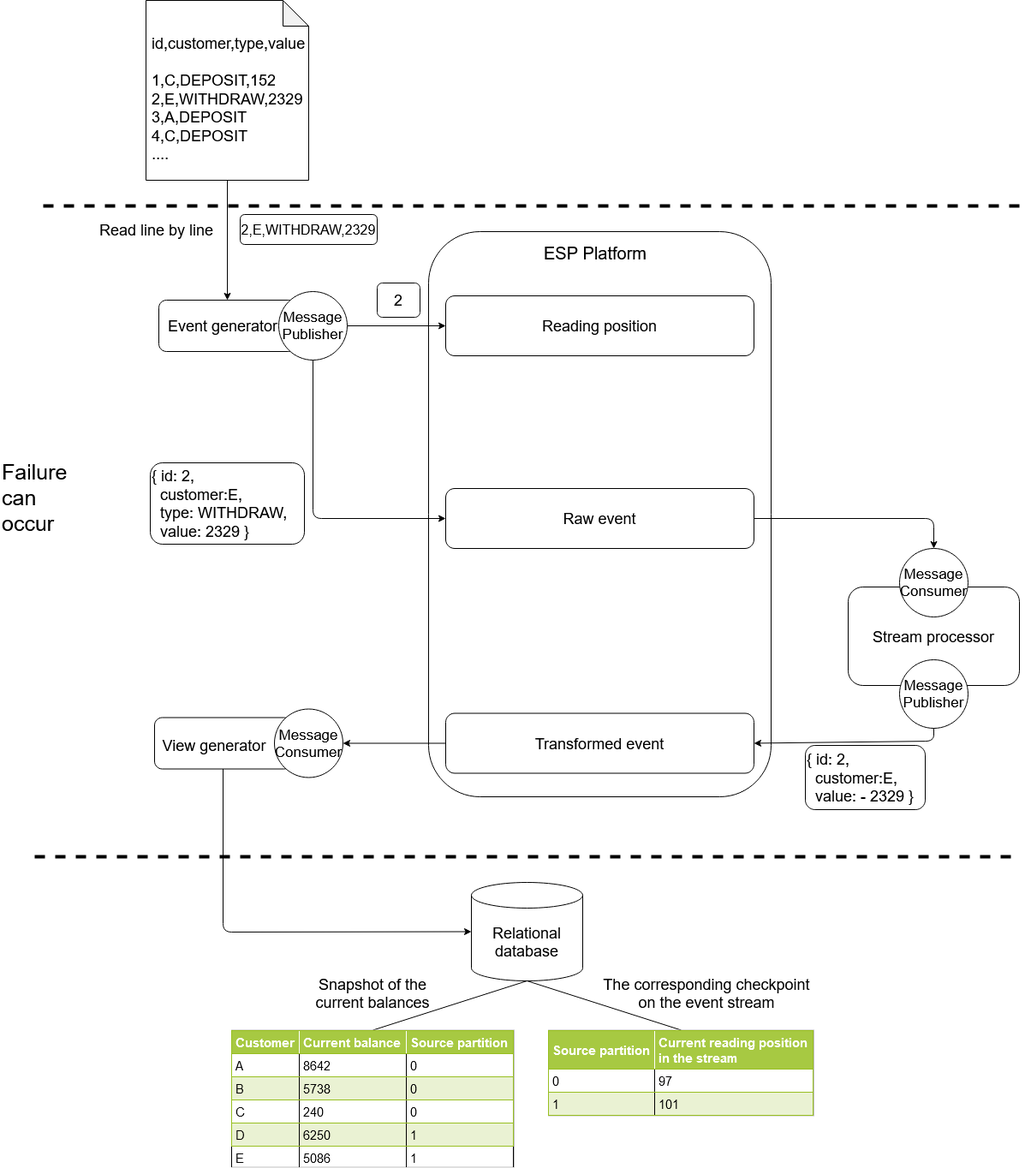
duyhieuvo/master-thesis keeps this draw.io diagram as images/implementation-use-case-1.png. Above is the earlier version. Source tidied: cells renumbered, new cells last; positions are measured from the earlier drawing's top-left corner, leaving out a move shared by most shapes. The source it was exported from:
```xml
<mxGraphModel>
  <root>
    <mxCell id="0" />
    <mxCell id="1" parent="0" />
    <mxCell id="2" style="rounded=1;whiteSpace=wrap;html=1;" parent="1" vertex="1">
      <mxGeometry x="500" y="270" width="400" height="660" as="geometry" />
    </mxCell>
    <mxCell id="3" style="shape=note;whiteSpace=wrap;html=1;backgroundOutline=1;darkOpacity=0.05;" parent="1" vertex="1">
      <mxGeometry x="170" width="190" height="210" as="geometry" />
    </mxCell>
    <mxCell id="4" value="&lt;div style=&quot;font-size: 18px&quot; align=&quot;left&quot;&gt;&lt;font style=&quot;font-size: 18px&quot;&gt;id,customer,type,value&lt;/font&gt;&lt;/div&gt;&lt;div style=&quot;font-size: 18px&quot; align=&quot;left&quot;&gt;&lt;font style=&quot;font-size: 18px&quot;&gt;&lt;br&gt;&lt;/font&gt;&lt;/div&gt;&lt;div style=&quot;font-size: 18px&quot; align=&quot;left&quot;&gt;&lt;font style=&quot;font-size: 18px&quot;&gt;1,C,DEPOSIT,152&lt;/font&gt;&lt;/div&gt;&lt;div style=&quot;font-size: 18px&quot; align=&quot;left&quot;&gt;&lt;font style=&quot;font-size: 18px&quot;&gt;2,E,WITHDRAW,2329&lt;/font&gt;&lt;/div&gt;&lt;div style=&quot;font-size: 18px&quot; align=&quot;left&quot;&gt;&lt;font style=&quot;font-size: 18px&quot;&gt;3,A,DEPOSIT&lt;/font&gt;&lt;/div&gt;&lt;div style=&quot;font-size: 18px&quot; align=&quot;left&quot;&gt;&lt;font style=&quot;font-size: 18px&quot;&gt;4,C,DEPOSIT&lt;/font&gt;&lt;/div&gt;&lt;div style=&quot;font-size: 18px&quot; align=&quot;left&quot;&gt;&lt;font style=&quot;font-size: 18px&quot;&gt;....&lt;br&gt;&lt;/font&gt;&lt;/div&gt;" style="text;html=1;strokeColor=none;fillColor=none;align=left;verticalAlign=middle;whiteSpace=wrap;rounded=0;" parent="1" vertex="1">
      <mxGeometry x="175" y="105" width="40" height="20" as="geometry" />
    </mxCell>
    <mxCell id="5" value="&lt;font style=&quot;font-size: 18px&quot;&gt;Reading position&lt;font style=&quot;font-size: 18px&quot;&gt;&lt;br&gt;&lt;/font&gt;&lt;/font&gt;" style="rounded=1;whiteSpace=wrap;html=1;" parent="1" vertex="1">
      <mxGeometry x="520" y="345" width="360" height="70" as="geometry" />
    </mxCell>
    <mxCell id="6" value="&lt;font style=&quot;font-size: 18px&quot;&gt;&lt;font style=&quot;font-size: 18px&quot;&gt;Raw event&lt;/font&gt;&lt;br&gt;&lt;/font&gt;" style="rounded=1;whiteSpace=wrap;html=1;" parent="1" vertex="1">
      <mxGeometry x="520" y="570" width="360" height="70" as="geometry" />
    </mxCell>
    <mxCell id="7" value="&lt;font style=&quot;font-size: 18px&quot;&gt;Transformed event&lt;br&gt;&lt;/font&gt;" style="rounded=1;whiteSpace=wrap;html=1;" parent="1" vertex="1">
      <mxGeometry x="520" y="832.5" width="360" height="70" as="geometry" />
    </mxCell>
    <mxCell id="8" style="rounded=1;whiteSpace=wrap;html=1;" parent="1" vertex="1">
      <mxGeometry x="185" y="350" width="160" height="60" as="geometry" />
    </mxCell>
    <mxCell id="9" style="endArrow=classic;html=1;exitX=0.5;exitY=1;exitDx=0;exitDy=0;exitPerimeter=0;entryX=0.5;entryY=0;entryDx=0;entryDy=0;" parent="1" edge="1" source="3" target="8">
      <mxGeometry relative="1" as="geometry" />
    </mxCell>
    <mxCell id="10" style="endArrow=classic;html=1;exitX=1;exitY=0.5;exitDx=0;exitDy=0;entryX=0;entryY=0.5;entryDx=0;entryDy=0;" parent="1" edge="1" source="17" target="5">
      <mxGeometry relative="1" as="geometry" />
    </mxCell>
    <mxCell id="11" style="endArrow=classic;html=1;exitX=0.5;exitY=1;exitDx=0;exitDy=0;entryX=0;entryY=0.5;entryDx=0;entryDy=0;" parent="1" edge="1" source="17" target="6">
      <mxGeometry relative="1" as="geometry">
        <Array as="points">
          <mxPoint x="365" y="605" />
        </Array>
      </mxGeometry>
    </mxCell>
    <mxCell id="12" value="&lt;font style=&quot;font-size: 18px&quot;&gt;2&lt;/font&gt;" style="rounded=1;whiteSpace=wrap;html=1;" parent="1" vertex="1">
      <mxGeometry x="440" y="330" width="50" height="40" as="geometry" />
    </mxCell>
    <mxCell id="13" value="&lt;font style=&quot;font-size: 16px&quot;&gt;2,E,WITHDRAW,2329&lt;/font&gt;" style="rounded=1;whiteSpace=wrap;html=1;" parent="1" vertex="1">
      <mxGeometry x="280" y="250" width="160" height="35" as="geometry" />
    </mxCell>
    <mxCell id="14" value="&lt;font style=&quot;font-size: 18px&quot;&gt;Read line by line&lt;/font&gt;" style="text;html=1;strokeColor=none;fillColor=none;align=center;verticalAlign=middle;whiteSpace=wrap;rounded=0;" parent="1" vertex="1">
      <mxGeometry x="110" y="257.5" width="145" height="20" as="geometry" />
    </mxCell>
    <mxCell id="15" value="&lt;div style=&quot;font-size: 18px&quot; align=&quot;left&quot;&gt;&lt;font style=&quot;font-size: 18px&quot;&gt;{ id: 2,&lt;br&gt;&lt;/font&gt;&lt;/div&gt;&lt;div style=&quot;font-size: 18px&quot; align=&quot;left&quot;&gt;&lt;font style=&quot;font-size: 18px&quot;&gt;&amp;nbsp; customer:E,&lt;/font&gt;&lt;/div&gt;&lt;div style=&quot;font-size: 18px&quot; align=&quot;left&quot;&gt;&lt;font style=&quot;font-size: 18px&quot;&gt;&amp;nbsp; type: WITHDRAW,&lt;/font&gt;&lt;/div&gt;&lt;div style=&quot;font-size: 18px&quot; align=&quot;left&quot;&gt;&lt;font style=&quot;font-size: 18px&quot;&gt;&amp;nbsp; value: 2329 }&lt;/font&gt;&lt;/div&gt;" style="rounded=1;whiteSpace=wrap;html=1;align=left;" parent="1" vertex="1">
      <mxGeometry x="175" y="540" width="180" height="95" as="geometry" />
    </mxCell>
    <mxCell id="16" value="&lt;font style=&quot;font-size: 18px&quot;&gt;Stream processor&lt;br&gt;&lt;/font&gt;" style="rounded=1;whiteSpace=wrap;html=1;" parent="1" vertex="1">
      <mxGeometry x="990" y="685" width="200" height="115" as="geometry" />
    </mxCell>
    <mxCell id="17" value="&lt;div style=&quot;font-size: 17px&quot;&gt;&lt;font style=&quot;font-size: 17px&quot;&gt;Message&lt;br&gt;&lt;/font&gt;&lt;/div&gt;&lt;div style=&quot;font-size: 17px&quot;&gt;&lt;font style=&quot;font-size: 17px&quot;&gt;Publisher&lt;/font&gt;&lt;/div&gt;" style="ellipse;whiteSpace=wrap;html=1;" parent="1" vertex="1">
      <mxGeometry x="325" y="340" width="80" height="80" as="geometry" />
    </mxCell>
    <mxCell id="18" value="&lt;div style=&quot;font-size: 17px&quot;&gt;&lt;font style=&quot;font-size: 17px&quot;&gt;Message&lt;br&gt;&lt;/font&gt;&lt;/div&gt;&lt;div style=&quot;font-size: 17px&quot;&gt;&lt;font style=&quot;font-size: 17px&quot;&gt;Publisher&lt;/font&gt;&lt;/div&gt;" style="ellipse;whiteSpace=wrap;html=1;" parent="1" vertex="1">
      <mxGeometry x="1050" y="770" width="80" height="80" as="geometry" />
    </mxCell>
    <mxCell id="19" value="&lt;div style=&quot;font-size: 17px&quot;&gt;&lt;font style=&quot;font-size: 17px&quot;&gt;Message&lt;br&gt;&lt;/font&gt;&lt;/div&gt;&lt;div style=&quot;font-size: 17px&quot;&gt;&lt;font style=&quot;font-size: 17px&quot;&gt;Consumer&lt;/font&gt;&lt;/div&gt;" style="ellipse;whiteSpace=wrap;html=1;" parent="1" vertex="1">
      <mxGeometry x="1050" y="640" width="80" height="80" as="geometry" />
    </mxCell>
    <mxCell id="20" style="endArrow=classic;html=1;exitX=1;exitY=0.5;exitDx=0;exitDy=0;entryX=0.5;entryY=0;entryDx=0;entryDy=0;" parent="1" edge="1" source="6" target="19">
      <mxGeometry relative="1" as="geometry">
        <Array as="points">
          <mxPoint x="1090" y="605" />
        </Array>
      </mxGeometry>
    </mxCell>
    <mxCell id="21" style="endArrow=classic;html=1;entryX=1;entryY=0.5;entryDx=0;entryDy=0;exitX=0.5;exitY=1;exitDx=0;exitDy=0;" parent="1" edge="1" source="18" target="7">
      <mxGeometry relative="1" as="geometry">
        <Array as="points">
          <mxPoint x="1090" y="865" />
        </Array>
      </mxGeometry>
    </mxCell>
    <mxCell id="22" value="&lt;div style=&quot;font-size: 18px&quot; align=&quot;left&quot;&gt;&lt;font style=&quot;font-size: 18px&quot;&gt;{ id: 2,&lt;br&gt;&lt;/font&gt;&lt;/div&gt;&lt;div style=&quot;font-size: 18px&quot; align=&quot;left&quot;&gt;&lt;font style=&quot;font-size: 18px&quot;&gt;&amp;nbsp; customer:E,&lt;/font&gt;&lt;/div&gt;&lt;div style=&quot;font-size: 18px&quot; align=&quot;left&quot;&gt;&lt;font style=&quot;font-size: 18px&quot;&gt;&amp;nbsp; value: - 2329 }&lt;/font&gt;&lt;/div&gt;" style="rounded=1;whiteSpace=wrap;html=1;align=left;" parent="1" vertex="1">
      <mxGeometry x="940" y="870" width="140" height="75" as="geometry" />
    </mxCell>
    <mxCell id="23" style="rounded=1;whiteSpace=wrap;html=1;" parent="1" vertex="1">
      <mxGeometry x="180" y="837.5" width="160" height="60" as="geometry" />
    </mxCell>
    <mxCell id="24" value="&lt;div style=&quot;font-size: 17px&quot;&gt;&lt;font style=&quot;font-size: 17px&quot;&gt;Message&lt;br&gt;&lt;/font&gt;&lt;/div&gt;&lt;div style=&quot;font-size: 17px&quot;&gt;&lt;font style=&quot;font-size: 17px&quot;&gt;Consumer&lt;/font&gt;&lt;/div&gt;" style="ellipse;whiteSpace=wrap;html=1;" parent="1" vertex="1">
      <mxGeometry x="320" y="827.5" width="80" height="80" as="geometry" />
    </mxCell>
    <mxCell id="25" style="endArrow=classic;html=1;entryX=1;entryY=0.5;entryDx=0;entryDy=0;exitX=0;exitY=0.5;exitDx=0;exitDy=0;" parent="1" edge="1" source="7" target="24">
      <mxGeometry relative="1" as="geometry" />
    </mxCell>
    <mxCell id="26" value="&lt;div style=&quot;font-size: 18px&quot;&gt;&lt;font style=&quot;font-size: 18px&quot;&gt;Relational &lt;br&gt;&lt;/font&gt;&lt;/div&gt;&lt;div style=&quot;font-size: 18px&quot;&gt;&lt;font style=&quot;font-size: 18px&quot;&gt;database&lt;br&gt;&lt;/font&gt;&lt;/div&gt;" style="shape=cylinder3;whiteSpace=wrap;html=1;boundedLbl=1;backgroundOutline=1;size=15;" parent="1" vertex="1">
      <mxGeometry x="550" y="1030" width="130" height="115" as="geometry" />
    </mxCell>
    <mxCell id="27" style="endArrow=classic;html=1;entryX=0;entryY=0.5;entryDx=0;entryDy=0;entryPerimeter=0;exitX=0.5;exitY=1;exitDx=0;exitDy=0;" parent="1" edge="1" source="23" target="26">
      <mxGeometry relative="1" as="geometry">
        <Array as="points">
          <mxPoint x="260" y="1088" />
        </Array>
      </mxGeometry>
    </mxCell>
    <mxCell id="28" style="endArrow=none;html=1;entryX=0.5;entryY=1;entryDx=0;entryDy=0;entryPerimeter=0;exitX=0.5;exitY=0;exitDx=0;exitDy=0;" parent="1" edge="1" source="30" target="26">
      <mxGeometry relative="1" as="geometry" />
    </mxCell>
    <mxCell id="29" style="endArrow=none;html=1;exitX=0.5;exitY=1;exitDx=0;exitDy=0;exitPerimeter=0;entryX=0.5;entryY=0;entryDx=0;entryDy=0;" parent="1" edge="1" source="26" target="31">
      <mxGeometry relative="1" as="geometry" />
    </mxCell>
    <mxCell id="30" value="&lt;table style=&quot;width: 100% ; height: 100% ; border-collapse: collapse&quot; width=&quot;100%&quot; cellpadding=&quot;4&quot; border=&quot;1&quot;&gt;&lt;tbody style=&quot;font-size: 15px&quot;&gt;&lt;tr style=&quot;background-color: rgb(167 , 201 , 66) ; color: rgb(255 , 255 , 255) ; border: 1px solid rgb(152 , 191 , 33) ; font-size: 15px&quot;&gt;&lt;th align=&quot;left&quot;&gt;&lt;font style=&quot;font-size: 15px&quot;&gt;Customer&lt;/font&gt;&lt;/th&gt;&lt;th align=&quot;left&quot;&gt;Current balance&lt;br&gt;&lt;/th&gt;&lt;th align=&quot;left&quot;&gt;Source partition&lt;br&gt;&lt;/th&gt;&lt;/tr&gt;&lt;tr style=&quot;border: 1px solid rgb(152 , 191 , 33) ; font-size: 15px&quot;&gt;&lt;td&gt;A&lt;/td&gt;&lt;td&gt;8642&lt;br&gt;&lt;/td&gt;&lt;td&gt;0&lt;/td&gt;&lt;/tr&gt;&lt;tr style=&quot;background-color: rgb(234 , 242 , 211) ; border: 1px solid rgb(152 , 191 , 33) ; font-size: 15px&quot;&gt;&lt;td&gt;B&lt;/td&gt;&lt;td&gt;5738&lt;/td&gt;&lt;td&gt;0&lt;/td&gt;&lt;/tr&gt;&lt;tr style=&quot;border: 1px solid #98bf21&quot;&gt;&lt;td&gt;C&lt;/td&gt;&lt;td&gt;240&lt;/td&gt;&lt;td&gt;0&lt;/td&gt;&lt;/tr&gt;&lt;tr style=&quot;background-color: #eaf2d3 ; border: 1px solid #98bf21&quot;&gt;&lt;td&gt;D&lt;/td&gt;&lt;td&gt;6250&lt;/td&gt;&lt;td&gt;1&lt;/td&gt;&lt;/tr&gt;&lt;tr&gt;&lt;td&gt;E&lt;br&gt;&lt;/td&gt;&lt;td&gt;5086&lt;br&gt;&lt;/td&gt;&lt;td&gt;1&lt;br&gt;&lt;/td&gt;&lt;/tr&gt;&lt;/tbody&gt;&lt;/table&gt;" style="text;html=1;strokeColor=#c0c0c0;fillColor=#ffffff;overflow=fill;rounded=0;" parent="1" vertex="1">
      <mxGeometry x="270" y="1202.5" width="330" height="160" as="geometry" />
    </mxCell>
    <mxCell id="31" value="&lt;table style=&quot;width: 100% ; height: 100% ; border-collapse: collapse ; font-size: 15px&quot; width=&quot;100%&quot; cellpadding=&quot;4&quot; border=&quot;1&quot;&gt;&lt;tbody&gt;&lt;tr style=&quot;background-color: #a7c942 ; color: #ffffff ; border: 1px solid #98bf21&quot;&gt;&lt;th align=&quot;left&quot;&gt;&lt;font style=&quot;font-size: 15px&quot;&gt;Source partition&lt;br&gt;&lt;/font&gt;&lt;/th&gt;&lt;th align=&quot;left&quot;&gt;&lt;font style=&quot;font-size: 15px&quot;&gt;Current reading position&lt;br&gt;in the stream&lt;br&gt;&lt;/font&gt;&lt;/th&gt;&lt;/tr&gt;&lt;tr style=&quot;border: 1px solid #98bf21&quot;&gt;&lt;td&gt;&lt;font style=&quot;font-size: 15px&quot;&gt;0&lt;/font&gt;&lt;/td&gt;&lt;td&gt;&lt;font style=&quot;font-size: 15px&quot;&gt;97&lt;/font&gt;&lt;/td&gt;&lt;/tr&gt;&lt;tr style=&quot;background-color: #eaf2d3 ; border: 1px solid #98bf21&quot;&gt;&lt;td&gt;&lt;font style=&quot;font-size: 15px&quot;&gt;1&lt;/font&gt;&lt;/td&gt;&lt;td&gt;&lt;font style=&quot;font-size: 15px&quot;&gt;101&lt;/font&gt;&lt;/td&gt;&lt;/tr&gt;&lt;/tbody&gt;&lt;/table&gt;" style="text;html=1;strokeColor=#c0c0c0;fillColor=#ffffff;overflow=fill;rounded=0;" parent="1" vertex="1">
      <mxGeometry x="640" y="1202.5" width="310" height="100" as="geometry" />
    </mxCell>
    <mxCell id="32" value="&lt;font style=&quot;font-size: 18px&quot;&gt;Snapshot of the current balances&lt;/font&gt;" style="text;html=1;strokeColor=none;fillColor=none;align=center;verticalAlign=middle;whiteSpace=wrap;rounded=0;" parent="1" vertex="1">
      <mxGeometry x="360" y="1150" width="150" height="20" as="geometry" />
    </mxCell>
    <mxCell id="33" value="&lt;font style=&quot;font-size: 18px&quot;&gt;The corresponding checkpoint on the event stream&lt;/font&gt;" style="text;html=1;strokeColor=none;fillColor=none;align=center;verticalAlign=middle;whiteSpace=wrap;rounded=0;" parent="1" vertex="1">
      <mxGeometry x="700" y="1150" width="250" height="20" as="geometry" />
    </mxCell>
    <mxCell id="34" value="&lt;font style=&quot;font-size: 18px&quot;&gt;Event generator&lt;br&gt;&lt;/font&gt;" style="text;html=1;strokeColor=none;fillColor=none;align=center;verticalAlign=middle;whiteSpace=wrap;rounded=0;" parent="1" vertex="1">
      <mxGeometry x="190" y="370" width="140" height="20" as="geometry" />
    </mxCell>
    <mxCell id="35" value="&lt;font style=&quot;font-size: 18px&quot;&gt;View generator&lt;br&gt;&lt;/font&gt;" style="text;html=1;strokeColor=none;fillColor=none;align=center;verticalAlign=middle;whiteSpace=wrap;rounded=0;" parent="1" vertex="1">
      <mxGeometry x="185" y="860" width="130" height="20" as="geometry" />
    </mxCell>
    <mxCell id="36" style="endArrow=none;dashed=1;html=1;strokeWidth=4;" parent="1" edge="1">
      <mxGeometry relative="1" as="geometry">
        <mxPoint x="50" y="240" as="sourcePoint" />
        <mxPoint x="1200" y="240" as="targetPoint" />
      </mxGeometry>
    </mxCell>
    <mxCell id="37" style="endArrow=none;dashed=1;html=1;strokeWidth=4;" parent="1" edge="1">
      <mxGeometry relative="1" as="geometry">
        <mxPoint x="40" y="1000" as="sourcePoint" />
        <mxPoint x="1190" y="1000" as="targetPoint" />
      </mxGeometry>
    </mxCell>
    <mxCell id="38" value="&lt;div style=&quot;font-size: 25px&quot; align=&quot;left&quot;&gt;&lt;font style=&quot;font-size: 25px&quot;&gt;Failure&lt;/font&gt;&lt;/div&gt;&lt;div style=&quot;font-size: 25px&quot; align=&quot;left&quot;&gt;&lt;font style=&quot;font-size: 25px&quot;&gt;can occur&lt;br&gt;&lt;/font&gt;&lt;/div&gt;" style="text;html=1;strokeColor=none;fillColor=none;align=left;verticalAlign=middle;whiteSpace=wrap;rounded=0;" parent="1" vertex="1">
      <mxGeometry y="570" width="40" height="20" as="geometry" />
    </mxCell>
    <mxCell id="39" value="&lt;font style=&quot;font-size: 20px&quot;&gt;ESP Platform&lt;/font&gt;" style="text;html=1;strokeColor=none;fillColor=none;align=center;verticalAlign=middle;whiteSpace=wrap;rounded=0;" parent="1" vertex="1">
      <mxGeometry x="630" y="285" width="130" height="20" as="geometry" />
    </mxCell>
  </root>
</mxGraphModel>
```
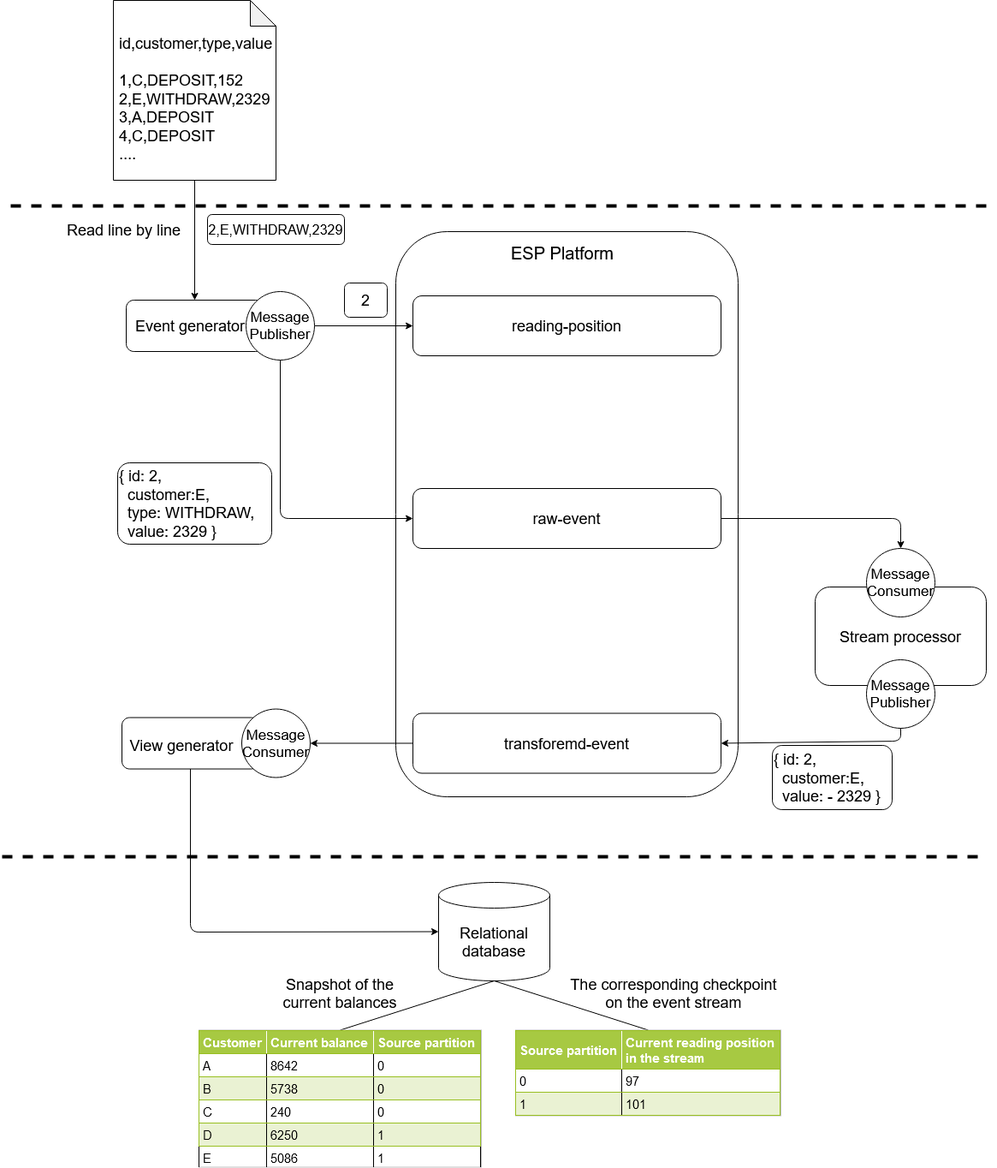
The same file after the commit.

What changed in the source:
```diff
@@ -11,13 +11,13 @@
     <mxCell id="4" value="&lt;div style=&quot;font-size: 18px&quot; align=&quot;left&quot;&gt;&lt;font style=&quot;font-size: 18px&quot;&gt;id,customer,type,value&lt;/font&gt;&lt;/div&gt;&lt;div style=&quot;font-size: 18px&quot; align=&quot;left&quot;&gt;&lt;font style=&quot;font-size: 18px&quot;&gt;&lt;br&gt;&lt;/font&gt;&lt;/div&gt;&lt;div style=&quot;font-size: 18px&quot; align=&quot;left&quot;&gt;&lt;font style=&quot;font-size: 18px&quot;&gt;1,C,DEPOSIT,152&lt;/font&gt;&lt;/div&gt;&lt;div style=&quot;font-size: 18px&quot; align=&quot;left&quot;&gt;&lt;font style=&quot;font-size: 18px&quot;&gt;2,E,WITHDRAW,2329&lt;/font&gt;&lt;/div&gt;&lt;div style=&quot;font-size: 18px&quot; align=&quot;left&quot;&gt;&lt;font style=&quot;font-size: 18px&quot;&gt;3,A,DEPOSIT&lt;/font&gt;&lt;/div&gt;&lt;div style=&quot;font-size: 18px&quot; align=&quot;left&quot;&gt;&lt;font style=&quot;font-size: 18px&quot;&gt;4,C,DEPOSIT&lt;/font&gt;&lt;/div&gt;&lt;div style=&quot;font-size: 18px&quot; align=&quot;left&quot;&gt;&lt;font style=&quot;font-size: 18px&quot;&gt;....&lt;br&gt;&lt;/font&gt;&lt;/div&gt;" style="text;html=1;strokeColor=none;fillColor=none;align=left;verticalAlign=middle;whiteSpace=wrap;rounded=0;" parent="1" vertex="1">
       <mxGeometry x="175" y="105" width="40" height="20" as="geometry" />
     </mxCell>
-    <mxCell id="5" value="&lt;font style=&quot;font-size: 18px&quot;&gt;Reading position&lt;font style=&quot;font-size: 18px&quot;&gt;&lt;br&gt;&lt;/font&gt;&lt;/font&gt;" style="rounded=1;whiteSpace=wrap;html=1;" parent="1" vertex="1">
+    <mxCell id="5" value="&lt;font style=&quot;font-size: 18px&quot;&gt;reading-position&lt;font style=&quot;font-size: 18px&quot;&gt;&lt;br&gt;&lt;/font&gt;&lt;/font&gt;" style="rounded=1;whiteSpace=wrap;html=1;" parent="1" vertex="1">
       <mxGeometry x="520" y="345" width="360" height="70" as="geometry" />
     </mxCell>
-    <mxCell id="6" value="&lt;font style=&quot;font-size: 18px&quot;&gt;&lt;font style=&quot;font-size: 18px&quot;&gt;Raw event&lt;/font&gt;&lt;br&gt;&lt;/font&gt;" style="rounded=1;whiteSpace=wrap;html=1;" parent="1" vertex="1">
+    <mxCell id="6" value="&lt;font style=&quot;font-size: 18px&quot;&gt;&lt;font style=&quot;font-size: 18px&quot;&gt;raw-event&lt;/font&gt;&lt;br&gt;&lt;/font&gt;" style="rounded=1;whiteSpace=wrap;html=1;" parent="1" vertex="1">
       <mxGeometry x="520" y="570" width="360" height="70" as="geometry" />
     </mxCell>
-    <mxCell id="7" value="&lt;font style=&quot;font-size: 18px&quot;&gt;Transformed event&lt;br&gt;&lt;/font&gt;" style="rounded=1;whiteSpace=wrap;html=1;" parent="1" vertex="1">
+    <mxCell id="7" value="&lt;font style=&quot;font-size: 18px&quot;&gt;transforemd-event&lt;br&gt;&lt;/font&gt;" style="rounded=1;whiteSpace=wrap;html=1;" parent="1" vertex="1">
       <mxGeometry x="520" y="832.5" width="360" height="70" as="geometry" />
     </mxCell>
     <mxCell id="8" style="rounded=1;whiteSpace=wrap;html=1;" parent="1" vertex="1">
@@ -132,9 +132,6 @@
         <mxPoint x="1190" y="1000" as="targetPoint" />
       </mxGeometry>
     </mxCell>
-    <mxCell id="38" value="&lt;div style=&quot;font-size: 25px&quot; align=&quot;left&quot;&gt;&lt;font style=&quot;font-size: 25px&quot;&gt;Failure&lt;/font&gt;&lt;/div&gt;&lt;div style=&quot;font-size: 25px&quot; align=&quot;left&quot;&gt;&lt;font style=&quot;font-size: 25px&quot;&gt;can occur&lt;br&gt;&lt;/font&gt;&lt;/div&gt;" style="text;html=1;strokeColor=none;fillColor=none;align=left;verticalAlign=middle;whiteSpace=wrap;rounded=0;" parent="1" vertex="1">
-      <mxGeometry y="570" width="40" height="20" as="geometry" />
-    </mxCell>
     <mxCell id="39" value="&lt;font style=&quot;font-size: 20px&quot;&gt;ESP Platform&lt;/font&gt;" style="text;html=1;strokeColor=none;fillColor=none;align=center;verticalAlign=middle;whiteSpace=wrap;rounded=0;" parent="1" vertex="1">
       <mxGeometry x="630" y="285" width="130" height="20" as="geometry" />
     </mxCell>
```
